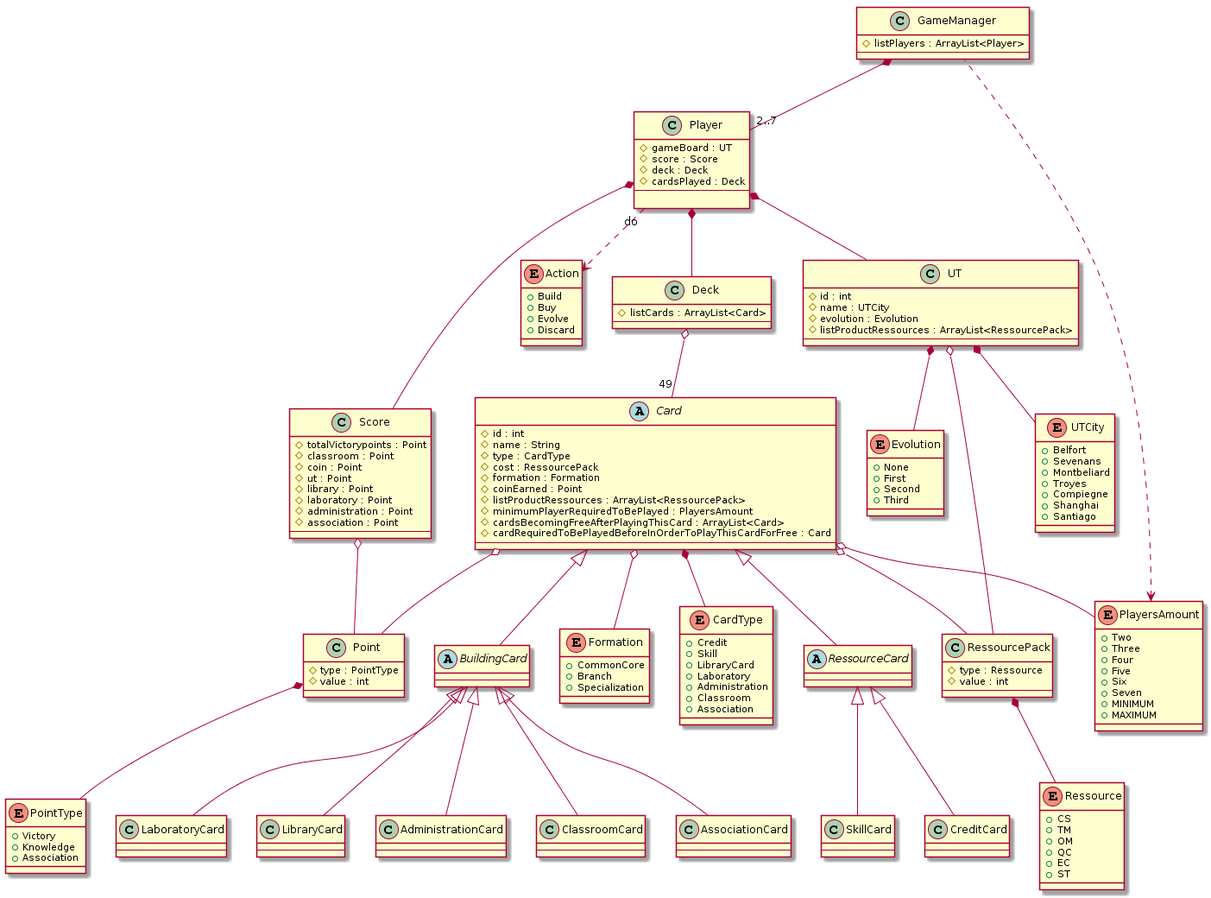
AurelienVasseur/seven-wonders-lo43 keeps this PlantUML diagram as resources/png/UML_ClassDiagram.png. Above is the earlier version.
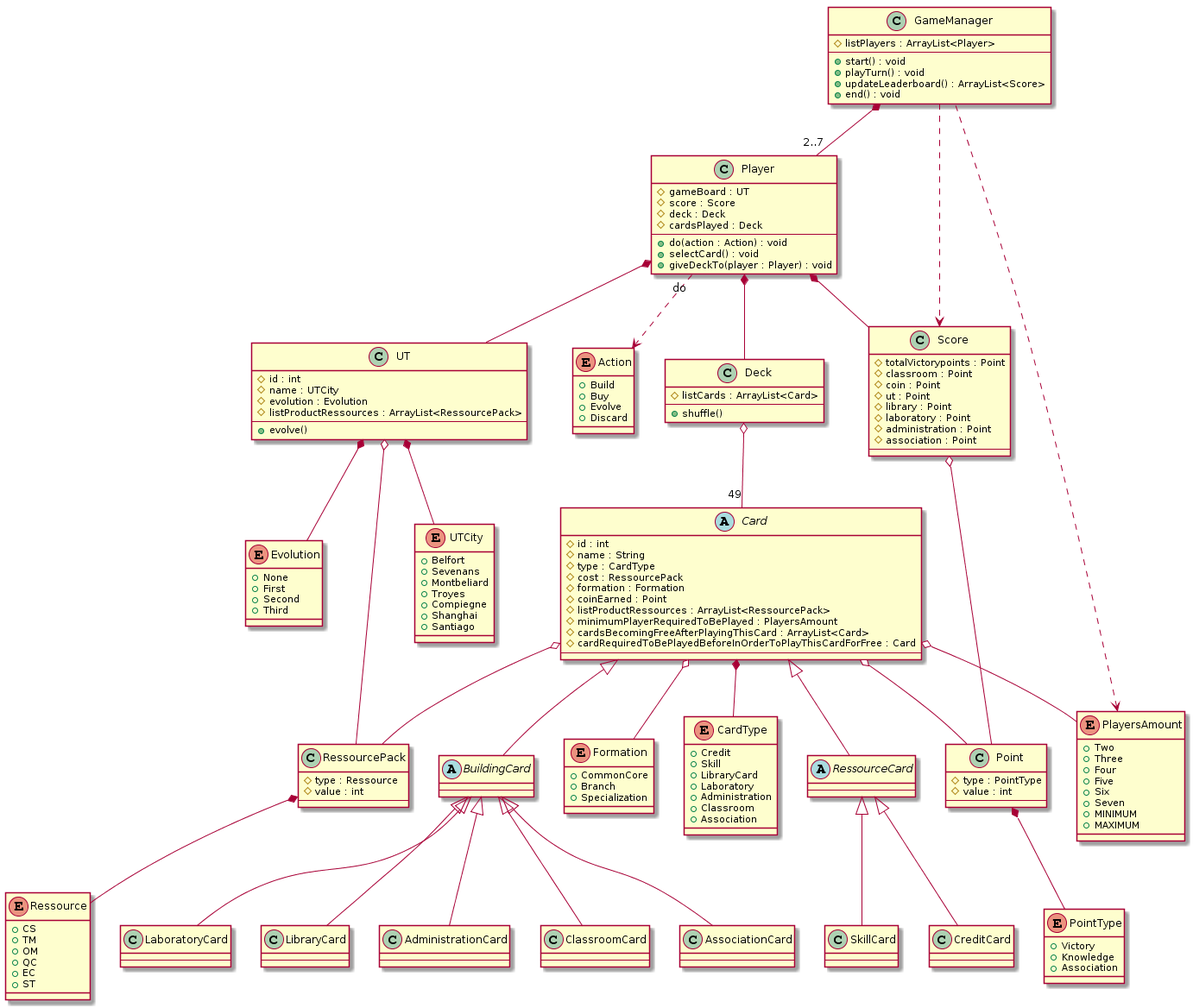
Later version of the same file.

Commit message:
UML Class Diagram : methods added.

Change to the diagram source:
```diff
@@ -4,6 +4,10 @@
 class GameManager {
 # listPlayers : ArrayList<Player>
 --
++ start() : void
++ playTurn() : void
++ updateLeaderboard() : ArrayList<Score>
++ end() : void
 }
 
 class Player {
@@ -12,7 +16,9 @@
 # deck : Deck
 # cardsPlayed : Deck
 --
-
++ do(action : Action) : void
++ selectCard() : void
++ giveDeckTo(player : Player) : void
 }
 
 abstract class Card {
@@ -39,6 +45,7 @@
 class Deck {
 # listCards : ArrayList<Card>
 --
++ shuffle()
 }
 
 
@@ -49,6 +56,7 @@
 # evolution : Evolution
 # listProductRessources : ArrayList<RessourcePack>
 --
++ evolve()
 }
 
 
@@ -190,6 +198,7 @@
 
 UT o-- RessourcePack
 
+GameManager ..> Score
 
 RessourcePack *-- Ressource
 Card o-- Formation
```
